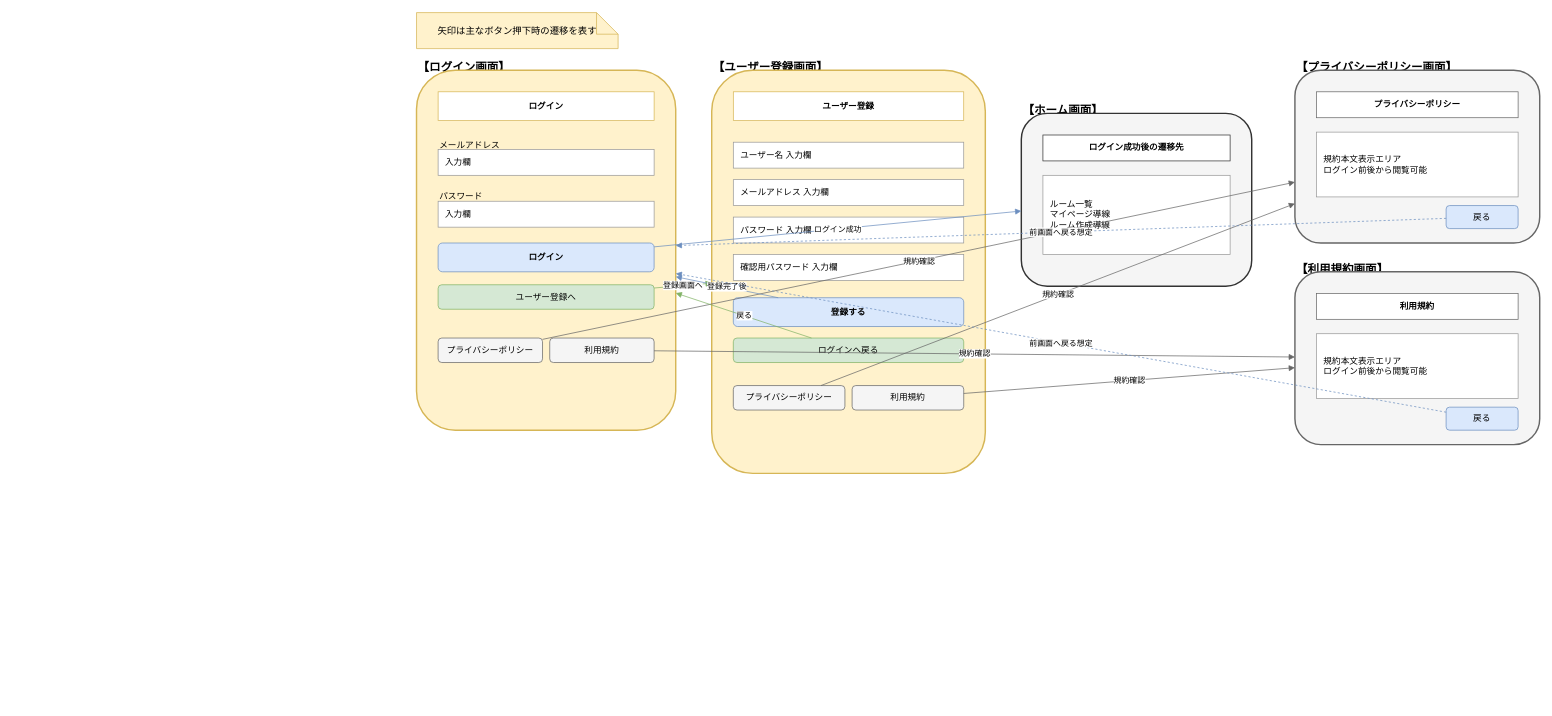
This is page "画面ワイヤー_認証・公開" (1 of 4) of docs/screen_wireframe.drawio from yuu-ux/online-workspace, a draw.io file, before an edit. Source tidied: cells renumbered, new cells numbered last; positions are measured from the earlier drawing's top-left corner, leaving out a move shared by most shapes. Both pictures are drawn from the tidied source at 72%, with x=0, y=0 at pixel (416, 12).
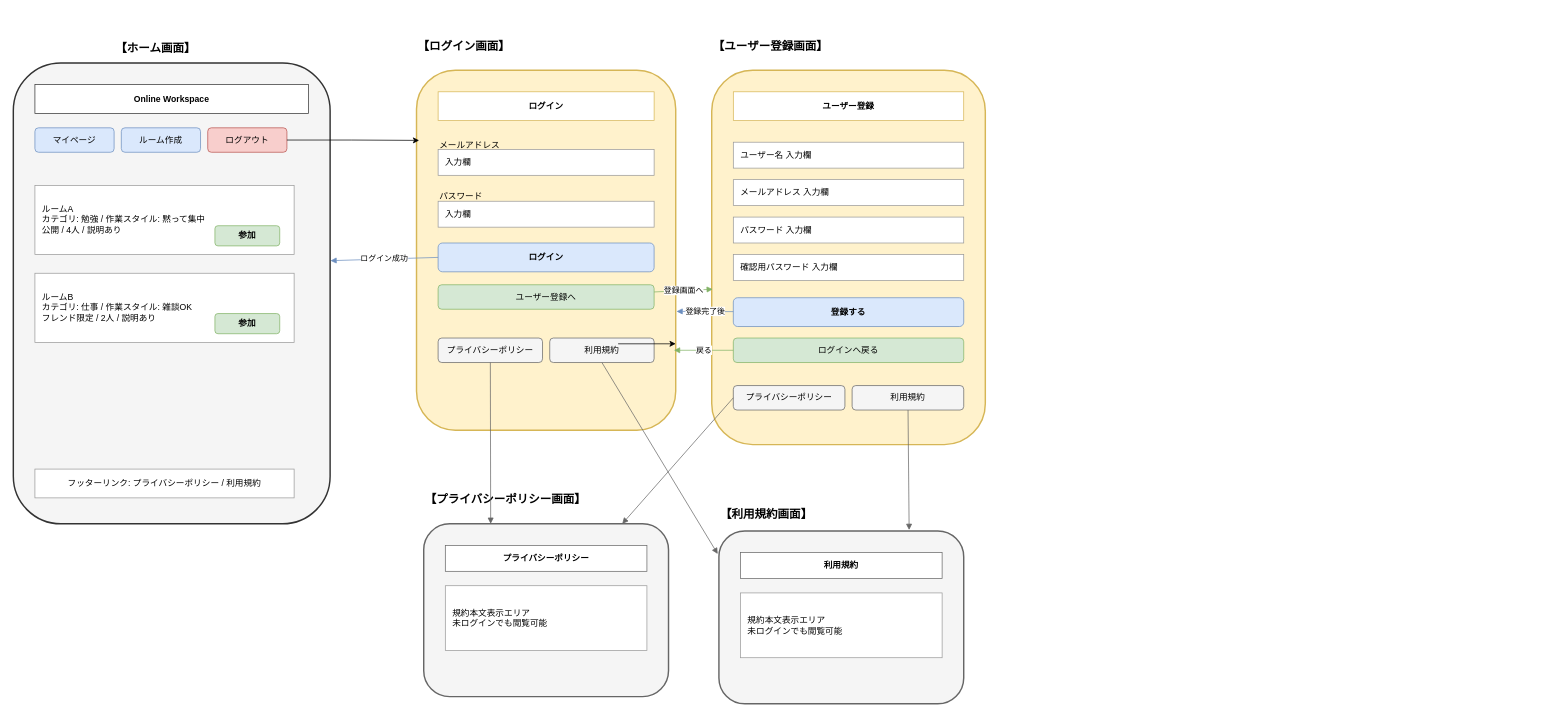
Above is the later version.

Unchanged cells that the change refers to:
```xml
<mxCell id="4" style="rounded=1;whiteSpace=wrap;html=1;fillColor=#fff2cc;strokeColor=#d6b656;strokeWidth=2;" parent="1" vertex="1">
  <mxGeometry y="80" width="360" height="500" as="geometry" />
</mxCell>
<mxCell id="10" value="ログイン" style="rounded=1;whiteSpace=wrap;html=1;fillColor=#dae8fc;strokeColor=#6c8ebf;fontStyle=1;" parent="1" vertex="1">
  <mxGeometry x="30" y="320" width="300" height="40" as="geometry" />
</mxCell>
<mxCell id="11" value="ユーザー登録へ" style="rounded=1;whiteSpace=wrap;html=1;fillColor=#d5e8d4;strokeColor=#82b366;" parent="1" vertex="1">
  <mxGeometry x="30" y="378" width="300" height="34" as="geometry" />
</mxCell>
<mxCell id="12" value="プライバシーポリシー" style="rounded=1;whiteSpace=wrap;html=1;fillColor=#f5f5f5;strokeColor=#666666;" parent="1" vertex="1">
  <mxGeometry x="30" y="452" width="145" height="34" as="geometry" />
</mxCell>
<mxCell id="13" value="利用規約" style="rounded=1;whiteSpace=wrap;html=1;fillColor=#f5f5f5;strokeColor=#666666;" parent="1" vertex="1">
  <mxGeometry x="185" y="452" width="145" height="34" as="geometry" />
</mxCell>
<mxCell id="21" value="登録する" style="rounded=1;whiteSpace=wrap;html=1;fillColor=#dae8fc;strokeColor=#6c8ebf;fontStyle=1;" parent="1" vertex="1">
  <mxGeometry x="440" y="396" width="320" height="40" as="geometry" />
</mxCell>
<mxCell id="22" value="ログインへ戻る" style="rounded=1;whiteSpace=wrap;html=1;fillColor=#d5e8d4;strokeColor=#82b366;" parent="1" vertex="1">
  <mxGeometry x="440" y="452" width="320" height="34" as="geometry" />
</mxCell>
<mxCell id="23" value="プライバシーポリシー" style="rounded=1;whiteSpace=wrap;html=1;fillColor=#f5f5f5;strokeColor=#666666;" parent="1" vertex="1">
  <mxGeometry x="440" y="518" width="155" height="34" as="geometry" />
</mxCell>
<mxCell id="24" value="利用規約" style="rounded=1;whiteSpace=wrap;html=1;fillColor=#f5f5f5;strokeColor=#666666;" parent="1" vertex="1">
  <mxGeometry x="605" y="518" width="155" height="34" as="geometry" />
</mxCell>
```

What changed in the source:
```diff
@@
-    <mxCell id="2" value="矢印は主なボタン押下時の遷移を表す" style="shape=note;whiteSpace=wrap;html=1;fillColor=#fff2cc;strokeColor=#d6b656;fontSize=13;" parent="1" vertex="1">
-      <mxGeometry width="280" height="50" as="geometry" />
-    </mxCell>
     <mxCell id="3" value="【ログイン画面】" style="text;html=1;strokeColor=none;fillColor=none;fontStyle=1;fontSize=16;" parent="1" vertex="1">
-      <mxGeometry y="60" width="180" height="20" as="geometry" />
+      <mxGeometry y="30" width="180" height="20" as="geometry" />
     </mxCell>
@@
     <mxCell id="14" value="【ユーザー登録画面】" style="text;html=1;strokeColor=none;fillColor=none;fontStyle=1;fontSize=16;" parent="1" vertex="1">
-      <mxGeometry x="410" y="60" width="200" height="20" as="geometry" />
+      <mxGeometry x="410" y="30" width="200" height="20" as="geometry" />
     </mxCell>
     <mxCell id="15" style="rounded=1;whiteSpace=wrap;html=1;fillColor=#fff2cc;strokeColor=#d6b656;strokeWidth=2;" parent="1" vertex="1">
-      <mxGeometry x="410" y="80" width="380" height="560" as="geometry" />
+      <mxGeometry x="410" y="80" width="380" height="520" as="geometry" />
     </mxCell>
@@
     <mxCell id="25" value="【ホーム画面】" style="text;html=1;strokeColor=none;fillColor=none;fontStyle=1;fontSize=16;" parent="1" vertex="1">
-      <mxGeometry x="840" y="120" width="160" height="20" as="geometry" />
+      <mxGeometry x="-420" y="33" width="160" height="20" as="geometry" />
     </mxCell>
-    <mxCell id="26" style="rounded=1;whiteSpace=wrap;html=1;fillColor=#f5f5f5;strokeColor=#333333;strokeWidth=2;" parent="1" vertex="1">
-      <mxGeometry x="840" y="140" width="320" height="240" as="geometry" />
-    </mxCell>
-    <mxCell id="27" value="ログイン成功後の遷移先" style="rounded=0;whiteSpace=wrap;html=1;fillColor=#ffffff;strokeColor=#333333;fontStyle=1;" parent="1" vertex="1">
-      <mxGeometry x="870" y="170" width="260" height="36" as="geometry" />
-    </mxCell>
-    <mxCell id="28" value="ルーム一覧&#10;マイページ導線&#10;ルーム作成導線" style="rounded=0;whiteSpace=wrap;html=1;fillColor=#ffffff;strokeColor=#999999;align=left;spacingLeft=8;" parent="1" vertex="1">
-      <mxGeometry x="870" y="226" width="260" height="110" as="geometry" />
-    </mxCell>
     <mxCell id="29" value="【プライバシーポリシー画面】" style="text;html=1;strokeColor=none;fillColor=none;fontStyle=1;fontSize=16;" parent="1" vertex="1">
-      <mxGeometry x="1220" y="60" width="240" height="20" as="geometry" />
+      <mxGeometry x="10" y="660" width="240" height="20" as="geometry" />
     </mxCell>
     <mxCell id="30" style="rounded=1;whiteSpace=wrap;html=1;fillColor=#f5f5f5;strokeColor=#666666;strokeWidth=2;" parent="1" vertex="1">
-      <mxGeometry x="1220" y="80" width="340" height="240" as="geometry" />
+      <mxGeometry x="10" y="710" width="340" height="240" as="geometry" />
     </mxCell>
     <mxCell id="31" value="プライバシーポリシー" style="rounded=0;whiteSpace=wrap;html=1;fillColor=#ffffff;strokeColor=#666666;fontStyle=1;" parent="1" vertex="1">
-      <mxGeometry x="1250" y="110" width="280" height="36" as="geometry" />
+      <mxGeometry x="40" y="740" width="280" height="36" as="geometry" />
     </mxCell>
-    <mxCell id="32" value="規約本文表示エリア&#10;ログイン前後から閲覧可能" style="rounded=0;whiteSpace=wrap;html=1;fillColor=#ffffff;strokeColor=#999999;align=left;spacingLeft=8;" parent="1" vertex="1">
-      <mxGeometry x="1250" y="166" width="280" height="90" as="geometry" />
+    <mxCell id="32" value="規約本文表示エリア&lt;br&gt;未ログインでも閲覧可能" style="rounded=0;whiteSpace=wrap;html=1;fillColor=#ffffff;strokeColor=#999999;align=left;spacingLeft=8;" parent="1" vertex="1">
+      <mxGeometry x="40" y="796" width="280" height="90" as="geometry" />
     </mxCell>
-    <mxCell id="33" value="戻る" style="rounded=1;whiteSpace=wrap;html=1;fillColor=#dae8fc;strokeColor=#6c8ebf;" parent="1" vertex="1">
-      <mxGeometry x="1430" y="268" width="100" height="32" as="geometry" />
-    </mxCell>
     <mxCell id="34" value="【利用規約画面】" style="text;html=1;strokeColor=none;fillColor=none;fontStyle=1;fontSize=16;" parent="1" vertex="1">
-      <mxGeometry x="1220" y="340" width="180" height="20" as="geometry" />
+      <mxGeometry x="420" y="680" width="180" height="20" as="geometry" />
     </mxCell>
     <mxCell id="35" style="rounded=1;whiteSpace=wrap;html=1;fillColor=#f5f5f5;strokeColor=#666666;strokeWidth=2;" parent="1" vertex="1">
-      <mxGeometry x="1220" y="360" width="340" height="240" as="geometry" />
+      <mxGeometry x="420" y="720" width="340" height="240" as="geometry" />
     </mxCell>
     <mxCell id="36" value="利用規約" style="rounded=0;whiteSpace=wrap;html=1;fillColor=#ffffff;strokeColor=#666666;fontStyle=1;" parent="1" vertex="1">
-      <mxGeometry x="1250" y="390" width="280" height="36" as="geometry" />
+      <mxGeometry x="450" y="750" width="280" height="36" as="geometry" />
     </mxCell>
-    <mxCell id="37" value="規約本文表示エリア&#10;ログイン前後から閲覧可能" style="rounded=0;whiteSpace=wrap;html=1;fillColor=#ffffff;strokeColor=#999999;align=left;spacingLeft=8;" parent="1" vertex="1">
-      <mxGeometry x="1250" y="446" width="280" height="90" as="geometry" />
+    <mxCell id="37" value="規約本文表示エリア&lt;br&gt;未ログインでも閲覧可能" style="rounded=0;whiteSpace=wrap;html=1;fillColor=#ffffff;strokeColor=#999999;align=left;spacingLeft=8;" parent="1" vertex="1">
+      <mxGeometry x="450" y="806" width="280" height="90" as="geometry" />
     </mxCell>
-    <mxCell id="38" value="戻る" style="rounded=1;whiteSpace=wrap;html=1;fillColor=#dae8fc;strokeColor=#6c8ebf;" parent="1" vertex="1">
-      <mxGeometry x="1430" y="548" width="100" height="32" as="geometry" />
-    </mxCell>
-    <mxCell id="39" value="ログイン成功" style="endArrow=block;html=1;strokeColor=#6c8ebf;" parent="1" edge="1" source="10" target="26">
+    <mxCell id="39" value="ログイン成功" style="endArrow=block;html=1;strokeColor=#6c8ebf;exitX=0;exitY=0.5;exitDx=0;exitDy=0;entryX=1.001;entryY=0.429;entryDx=0;entryDy=0;entryPerimeter=0;" parent="1" edge="1" source="10" target="49">
       <mxGeometry relative="1" as="geometry" />
     </mxCell>
-    <mxCell id="40" value="登録画面へ" style="endArrow=block;html=1;strokeColor=#82b366;" parent="1" edge="1" source="11" target="15">
-      <mxGeometry relative="1" as="geometry" />
-    </mxCell>
-    <mxCell id="41" value="規約確認" style="endArrow=block;html=1;strokeColor=#666666;" parent="1" edge="1" source="12" target="30">
-      <mxGeometry relative="1" as="geometry" />
+    <mxCell id="41" style="endArrow=block;html=1;strokeColor=#666666;" parent="1" edge="1" source="12">
+      <mxGeometry relative="1" as="geometry">
+        <mxPoint x="103" y="710" as="targetPoint" />
+      </mxGeometry>
     </mxCell>
-    <mxCell id="42" value="規約確認" style="endArrow=block;html=1;strokeColor=#666666;" parent="1" edge="1" source="13" target="35">
+    <mxCell id="42" style="endArrow=block;html=1;strokeColor=#666666;exitX=0.5;exitY=1;exitDx=0;exitDy=0;entryX=-0.005;entryY=0.133;entryDx=0;entryDy=0;entryPerimeter=0;" parent="1" edge="1" source="13" target="35">
       <mxGeometry relative="1" as="geometry" />
     </mxCell>
-    <mxCell id="43" value="登録完了後" style="endArrow=block;html=1;strokeColor=#6c8ebf;" parent="1" edge="1" source="21" target="4">
-      <mxGeometry relative="1" as="geometry" />
-    </mxCell>
-    <mxCell id="44" value="戻る" style="endArrow=block;html=1;strokeColor=#82b366;" parent="1" edge="1" source="22" target="4">
-      <mxGeometry relative="1" as="geometry" />
-    </mxCell>
-    <mxCell id="45" value="規約確認" style="endArrow=block;html=1;strokeColor=#666666;" parent="1" edge="1" source="23" target="30">
+    <mxCell id="45" style="endArrow=block;html=1;strokeColor=#666666;exitX=0;exitY=0.5;exitDx=0;exitDy=0;" parent="1" edge="1" source="23" target="30">
       <mxGeometry relative="1" as="geometry" />
     </mxCell>
-    <mxCell id="46" value="規約確認" style="endArrow=block;html=1;strokeColor=#666666;" parent="1" edge="1" source="24" target="35">
+    <mxCell id="46" style="endArrow=block;html=1;strokeColor=#666666;entryX=0.777;entryY=-0.006;entryDx=0;entryDy=0;entryPerimeter=0;" parent="1" edge="1" source="24" target="35">
       <mxGeometry relative="1" as="geometry" />
     </mxCell>
-    <mxCell id="47" value="前画面へ戻る想定" style="endArrow=block;html=1;strokeColor=#6c8ebf;dashed=1;" parent="1" edge="1" source="33" target="4">
-      <mxGeometry relative="1" as="geometry" />
-    </mxCell>
-    <mxCell id="48" value="前画面へ戻る想定" style="endArrow=block;html=1;strokeColor=#6c8ebf;dashed=1;" parent="1" edge="1" source="38" target="4">
-      <mxGeometry relative="1" as="geometry" />
-    </mxCell>
+    <mxCell id="44" value="戻る" style="endArrow=block;html=1;strokeColor=#82b366;entryX=0.993;entryY=0.778;entryDx=0;entryDy=0;entryPerimeter=0;" parent="1" edge="1" source="22" target="4">
+      <mxGeometry relative="1" as="geometry">
+        <Array as="points">
+          <mxPoint x="390" y="469" />
+        </Array>
+      </mxGeometry>
+    </mxCell>
+    <mxCell id="43" value="登録完了後" style="endArrow=block;html=1;strokeColor=#6c8ebf;entryX=1.003;entryY=0.67;entryDx=0;entryDy=0;entryPerimeter=0;" parent="1" edge="1" source="21" target="4">
+      <mxGeometry relative="1" as="geometry" />
+    </mxCell>
+    <mxCell id="40" value="登録画面へ" style="endArrow=block;html=1;strokeColor=#82b366;entryX=0.004;entryY=0.585;entryDx=0;entryDy=0;entryPerimeter=0;" parent="1" edge="1" source="11" target="15">
+      <mxGeometry relative="1" as="geometry" />
+    </mxCell>
+    <mxCell id="49" style="rounded=1;whiteSpace=wrap;html=1;fillColor=#f5f5f5;strokeColor=#333333;strokeWidth=2;" parent="1" vertex="1">
+      <mxGeometry x="-560" y="70" width="440" height="640" as="geometry" />
+    </mxCell>
+    <mxCell id="50" value="Online Workspace" style="rounded=0;whiteSpace=wrap;html=1;fillColor=#ffffff;strokeColor=#333333;fontStyle=1;" parent="1" vertex="1">
+      <mxGeometry x="-530" y="100" width="380" height="40" as="geometry" />
+    </mxCell>
+    <mxCell id="51" value="マイページ" style="rounded=1;whiteSpace=wrap;html=1;fillColor=#dae8fc;strokeColor=#6c8ebf;" parent="1" vertex="1">
+      <mxGeometry x="-530" y="160" width="110" height="34" as="geometry" />
+    </mxCell>
+    <mxCell id="52" value="ルーム作成" style="rounded=1;whiteSpace=wrap;html=1;fillColor=#dae8fc;strokeColor=#6c8ebf;" parent="1" vertex="1">
+      <mxGeometry x="-410" y="160" width="110" height="34" as="geometry" />
+    </mxCell>
+    <mxCell id="53" value="ログアウト" style="rounded=1;whiteSpace=wrap;html=1;fillColor=#f8cecc;strokeColor=#b85450;" parent="1" vertex="1">
+      <mxGeometry x="-290" y="160" width="110" height="34" as="geometry" />
+    </mxCell>
+    <mxCell id="54" value="ルームA&#10;カテゴリ: 勉強 / 作業スタイル: 黙って集中&#10;公開 / 4人 / 説明あり" style="rounded=0;whiteSpace=wrap;html=1;fillColor=#ffffff;strokeColor=#999999;align=left;spacingLeft=8;" parent="1" vertex="1">
+      <mxGeometry x="-530" y="240" width="360" height="96" as="geometry" />
+    </mxCell>
+    <mxCell id="55" value="参加" style="rounded=1;whiteSpace=wrap;html=1;fillColor=#d5e8d4;strokeColor=#82b366;fontStyle=1;" parent="1" vertex="1">
+      <mxGeometry x="-280" y="296" width="90" height="28" as="geometry" />
+    </mxCell>
+    <mxCell id="56" value="ルームB&#10;カテゴリ: 仕事 / 作業スタイル: 雑談OK&#10;フレンド限定 / 2人 / 説明あり" style="rounded=0;whiteSpace=wrap;html=1;fillColor=#ffffff;strokeColor=#999999;align=left;spacingLeft=8;" parent="1" vertex="1">
+      <mxGeometry x="-530" y="362" width="360" height="96" as="geometry" />
+    </mxCell>
+    <mxCell id="57" value="参加" style="rounded=1;whiteSpace=wrap;html=1;fillColor=#d5e8d4;strokeColor=#82b366;fontStyle=1;" parent="1" vertex="1">
+      <mxGeometry x="-280" y="418" width="90" height="28" as="geometry" />
+    </mxCell>
+    <mxCell id="58" value="フッターリンク: プライバシーポリシー / 利用規約" style="rounded=0;whiteSpace=wrap;html=1;fillColor=#ffffff;strokeColor=#999999;" parent="1" vertex="1">
+      <mxGeometry x="-530" y="634" width="360" height="40" as="geometry" />
+    </mxCell>
+    <mxCell id="59" style="edgeStyle=none;orthogonalLoop=1;jettySize=auto;html=1;rounded=0;" parent="1" edge="1">
+      <mxGeometry relative="1" as="geometry">
+        <mxPoint x="280" y="460" as="sourcePoint" />
+        <mxPoint x="360" y="460" as="targetPoint" />
+      </mxGeometry>
+    </mxCell>
+    <mxCell id="60" style="edgeStyle=orthogonalEdgeStyle;rounded=0;jettySize=auto;html=1;entryX=0.01;entryY=0.195;entryDx=0;entryDy=0;entryPerimeter=0;" parent="1" edge="1" source="53" target="4">
+      <mxGeometry relative="1" as="geometry" />
+    </mxCell>
```
